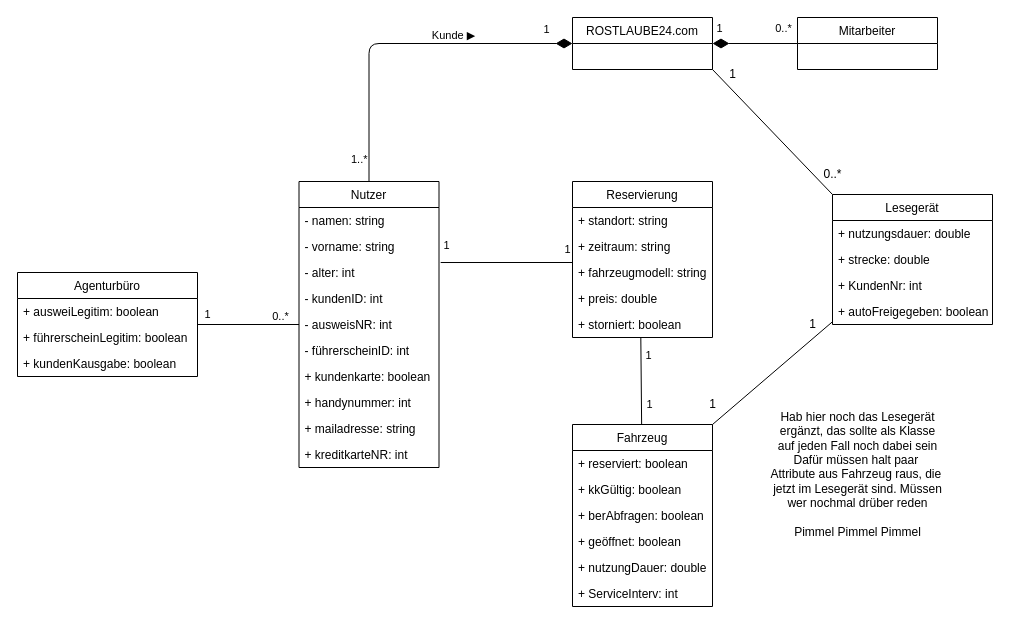
Above: Mini-Praktikum/d-UML-Klassendiagramm-Praktikum.drawio in TheBlackDragon4/SWE-HS-Co-Se5 (draw.io), before the change. Source tidied: cells renumbered, new cells numbered last; positions are measured from the earlier drawing's top-left corner, leaving out a move shared by most shapes. Both pictures are drawn from the tidied source at 100%, with x=0, y=0 at pixel (17, 17).
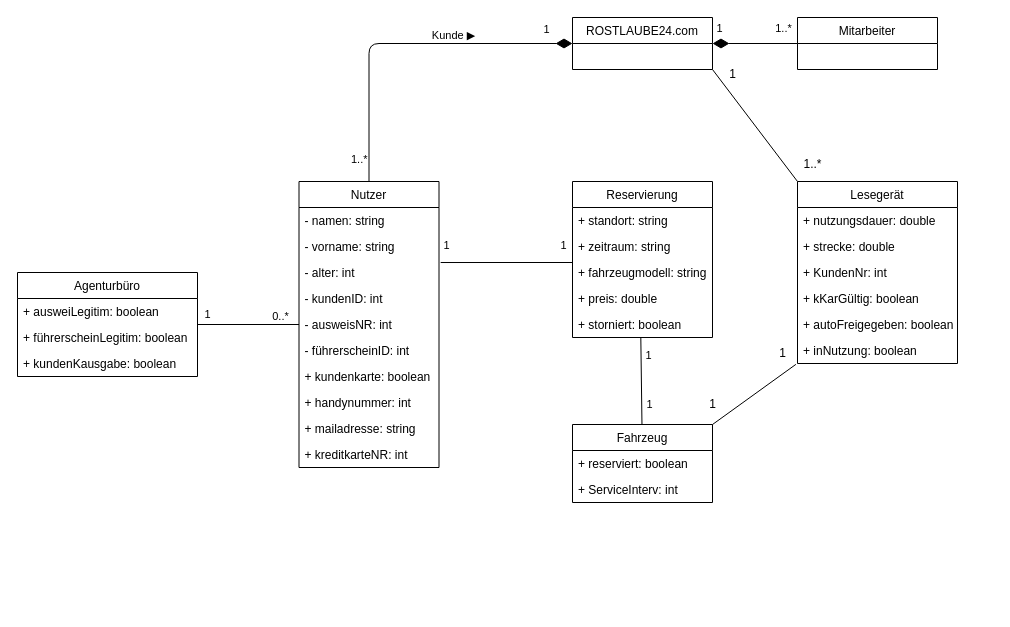
After the change.

The change refers to these unchanged cells:
```xml
<mxCell id="39" style="endArrow=none;startArrow=diamondThin;endFill=0;startFill=1;html=1;verticalAlign=bottom;labelBackgroundColor=none;strokeWidth=1;startSize=14;endSize=12;" parent="1" edge="1" source="35" target="10">
  <mxGeometry relative="1" as="geometry" />
</mxCell>
<mxCell id="42" style="endArrow=none;startArrow=none;endFill=0;startFill=0;endSize=12;html=1;verticalAlign=bottom;labelBackgroundColor=none;strokeWidth=1;startSize=14;exitX=1.012;exitY=0.116;exitDx=0;exitDy=0;exitPerimeter=0;" parent="1" edge="1" source="21">
  <mxGeometry relative="1" as="geometry">
    <mxPoint x="555" y="245" as="targetPoint" />
  </mxGeometry>
</mxCell>
```

What changed in the source:
```diff
@@
-    <mxCell id="2" style="edgeStyle=none;html=1;exitX=1;exitY=0;exitDx=0;exitDy=0;entryX=-0.003;entryY=0.909;entryDx=0;entryDy=0;entryPerimeter=0;endArrow=none;endFill=0;" parent="1" edge="1" source="3" target="53">
+    <mxCell id="2" style="edgeStyle=none;html=1;exitX=1;exitY=0;exitDx=0;exitDy=0;entryX=-0.01;entryY=1.033;entryDx=0;entryDy=0;entryPerimeter=0;endArrow=none;endFill=0;" parent="1" edge="1" source="3" target="7">
       <mxGeometry relative="1" as="geometry" />
     </mxCell>
     <mxCell id="3" value="Fahrzeug" style="swimlane;fontStyle=0;horizontal=1;startSize=26;fillColor=none;" parent="1" vertex="1">
-      <mxGeometry x="555" y="407" width="140" height="182" as="geometry" />
+      <mxGeometry x="555" y="407" width="140" height="78" as="geometry" />
     </mxCell>
@@
-    <mxCell id="5" value="+ kkGültig: boolean" style="text;strokeColor=none;fillColor=none;align=left;verticalAlign=top;spacingLeft=4;spacingRight=4;overflow=hidden;" parent="3" vertex="1">
-      <mxGeometry y="52" width="140" height="26" as="geometry" />
-    </mxCell>
-    <mxCell id="6" value="+ berAbfragen: boolean" style="text;strokeColor=none;fillColor=none;align=left;verticalAlign=top;spacingLeft=4;spacingRight=4;overflow=hidden;" parent="3" vertex="1">
-      <mxGeometry y="78" width="140" height="26" as="geometry" />
-    </mxCell>
-    <mxCell id="7" value="+ geöffnet: boolean" style="text;strokeColor=none;fillColor=none;align=left;verticalAlign=top;spacingLeft=4;spacingRight=4;overflow=hidden;points=[[0,0.5],[1,0.5]];portConstraint=eastwest;" parent="3" vertex="1">
-      <mxGeometry y="104" width="140" height="26" as="geometry" />
-    </mxCell>
-    <mxCell id="8" value="+ nutzungDauer: double" style="text;strokeColor=none;fillColor=none;align=left;verticalAlign=top;spacingLeft=4;spacingRight=4;overflow=hidden;" parent="3" vertex="1">
-      <mxGeometry y="130" width="140" height="26" as="geometry" />
-    </mxCell>
     <mxCell id="9" value="+ ServiceInterv: int" style="text;strokeColor=none;fillColor=none;align=left;verticalAlign=top;spacingLeft=4;spacingRight=4;overflow=hidden;" parent="3" vertex="1">
-      <mxGeometry y="156" width="140" height="26" as="geometry" />
+      <mxGeometry y="52" width="140" height="26" as="geometry" />
     </mxCell>
@@
-    <mxCell id="41" value="0..*" style="edgeLabel;html=1;align=center;verticalAlign=middle;" parent="39" vertex="1">
+    <mxCell id="41" value="1..*" style="edgeLabel;html=1;align=center;verticalAlign=middle;" parent="39" vertex="1">
       <mxGeometry x="0.9" relative="1" as="geometry">
         <mxPoint x="-11" y="-16" as="offset" />
       </mxGeometry>
     </mxCell>
@@
     <mxCell id="43" value="1" style="edgeLabel;html=1;align=center;verticalAlign=middle;" parent="42" vertex="1">
       <mxGeometry x="0.91" relative="1" as="geometry">
-        <mxPoint y="-14" as="offset" />
+        <mxPoint x="-4" y="-18" as="offset" />
       </mxGeometry>
     </mxCell>
@@
     <mxCell id="49" value="Lesegerät" style="swimlane;fontStyle=0;horizontal=1;startSize=26;fillColor=none;" parent="1" vertex="1">
-      <mxGeometry x="815" y="177" width="160" height="130" as="geometry" />
+      <mxGeometry x="780" y="164" width="160" height="182" as="geometry" />
     </mxCell>
@@
+    <mxCell id="5" value="+ kKarGültig: boolean" style="text;strokeColor=none;fillColor=none;align=left;verticalAlign=top;spacingLeft=4;spacingRight=4;overflow=hidden;" parent="49" vertex="1">
+      <mxGeometry y="104" width="160" height="26" as="geometry" />
+    </mxCell>
     <mxCell id="53" value="+ autoFreigegeben: boolean" style="text;strokeColor=none;fillColor=none;align=left;verticalAlign=top;spacingLeft=4;spacingRight=4;overflow=hidden;points=[[0,0.5],[1,0.5]];portConstraint=eastwest;" parent="49" vertex="1">
-      <mxGeometry y="104" width="160" height="26" as="geometry" />
+      <mxGeometry y="130" width="160" height="26" as="geometry" />
     </mxCell>
+    <mxCell id="7" value="+ inNutzung: boolean" style="text;strokeColor=none;fillColor=none;align=left;verticalAlign=top;spacingLeft=4;spacingRight=4;overflow=hidden;points=[[0,0.5],[1,0.5]];portConstraint=eastwest;" parent="49" vertex="1">
+      <mxGeometry y="156" width="160" height="26" as="geometry" />
+    </mxCell>
@@
-    <mxCell id="55" value="0..*" style="text;html=1;align=center;verticalAlign=middle;strokeColor=none;fillColor=none;" parent="1" vertex="1">
-      <mxGeometry x="800" y="147" width="30" height="20" as="geometry" />
+    <mxCell id="55" value="1..*" style="text;html=1;align=center;verticalAlign=middle;strokeColor=none;fillColor=none;" parent="1" vertex="1">
+      <mxGeometry x="780" y="137" width="30" height="20" as="geometry" />
     </mxCell>
@@
     <mxCell id="57" value="1" style="text;html=1;align=center;verticalAlign=middle;strokeColor=none;fillColor=none;" parent="1" vertex="1">
-      <mxGeometry x="785" y="297" width="20" height="20" as="geometry" />
+      <mxGeometry x="755" y="326" width="20" height="20" as="geometry" />
     </mxCell>
-    <mxCell id="58" value="Hab hier noch das Lesegerät&lt;br&gt;ergänzt, das sollte als Klasse&lt;br&gt;auf jeden Fall noch dabei sein&lt;br&gt;Dafür müssen halt paar&amp;nbsp;&lt;br&gt;Attribute aus Fahrzeug raus, die&amp;nbsp;&lt;br&gt;jetzt im Lesegerät sind. Müssen&lt;br&gt;wer nochmal drüber reden&lt;br&gt;&lt;br&gt;Pimmel Pimmel Pimmel" style="text;html=1;align=center;verticalAlign=middle;strokeColor=none;fillColor=none;" parent="1" vertex="1">
-      <mxGeometry x="745" y="392" width="190" height="130" as="geometry" />
-    </mxCell>
```
